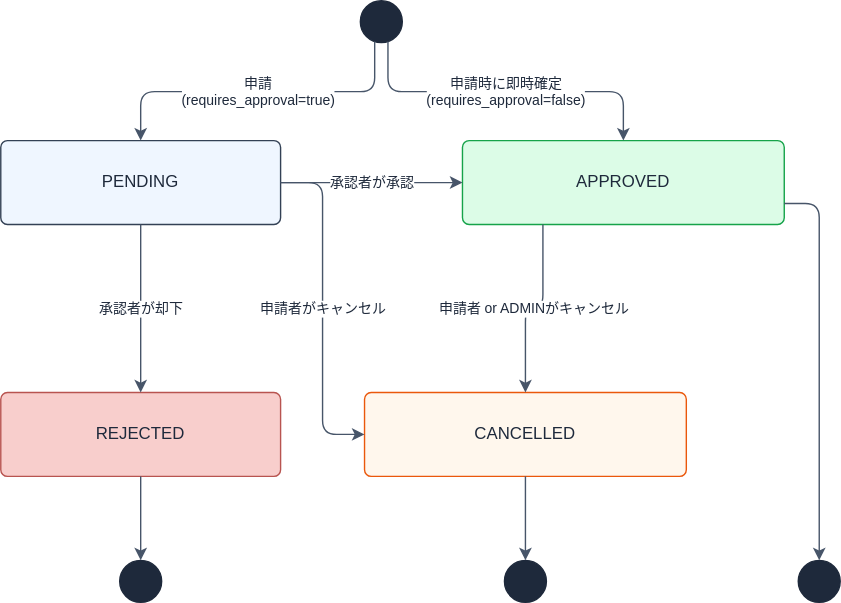
This is docs-next/static/diagrams/spec/requirements-reservation-status.drawio.svg from CHS-Training-Org/ai_training_for_chuo_system, a draw.io export, as it was before one commit. Source tidied: cells renumbered, new cells last; positions are measured from the earlier drawing's top-left corner, leaving out a move shared by most shapes.
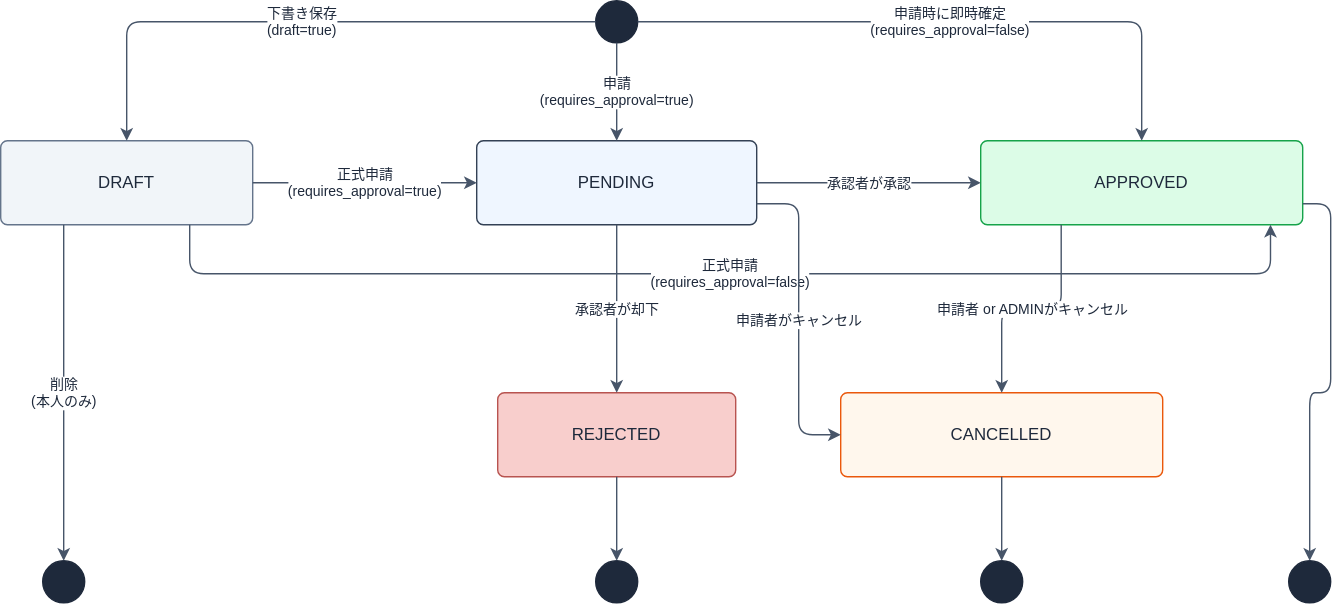
The same file after the commit.

The edit, as a diff of the source:
```diff
@@ -3,46 +3,69 @@
     <mxCell id="0" />
     <mxCell id="1" parent="0" />
     <mxCell id="2" style="ellipse;fillColor=#1E293B;strokeColor=#1E293B;" parent="1" vertex="1">
-      <mxGeometry x="257" width="30" height="30" as="geometry" />
+      <mxGeometry x="375" width="30" height="30" as="geometry" />
     </mxCell>
+    <mxCell id="19" value="DRAFT" style="rounded=1;whiteSpace=wrap;html=1;fillColor=#F1F5F9;strokeColor=#64748B;fontColor=#1E293B;arcSize=8;" parent="1" vertex="1">
+      <mxGeometry x="-50" y="100" width="180" height="60" as="geometry" />
+    </mxCell>
     <mxCell id="3" value="PENDING" style="rounded=1;whiteSpace=wrap;html=1;fillColor=#EFF6FF;strokeColor=#334155;fontColor=#1E293B;arcSize=8;" parent="1" vertex="1">
-      <mxGeometry y="100" width="200" height="60" as="geometry" />
+      <mxGeometry x="290" y="100" width="200" height="60" as="geometry" />
     </mxCell>
     <mxCell id="4" value="APPROVED" style="rounded=1;whiteSpace=wrap;html=1;fillColor=#DCFCE7;strokeColor=#16A34A;fontColor=#1E293B;arcSize=8;" parent="1" vertex="1">
-      <mxGeometry x="330" y="100" width="230" height="60" as="geometry" />
+      <mxGeometry x="650" y="100" width="230" height="60" as="geometry" />
     </mxCell>
     <mxCell id="5" value="REJECTED" style="rounded=1;whiteSpace=wrap;html=1;fillColor=#f8cecc;strokeColor=#b85450;fontColor=#1E293B;arcSize=8;" parent="1" vertex="1">
-      <mxGeometry y="280" width="200" height="60" as="geometry" />
+      <mxGeometry x="305" y="280" width="170" height="60" as="geometry" />
     </mxCell>
     <mxCell id="6" value="CANCELLED" style="rounded=1;whiteSpace=wrap;html=1;fillColor=#FFF7ED;strokeColor=#EA580C;fontColor=#1E293B;arcSize=8;" parent="1" vertex="1">
-      <mxGeometry x="260" y="280" width="230" height="60" as="geometry" />
+      <mxGeometry x="550" y="280" width="230" height="60" as="geometry" />
     </mxCell>
     <mxCell id="7" style="ellipse;fillColor=#1E293B;strokeColor=#1E293B;" parent="1" vertex="1">
-      <mxGeometry x="570" y="400" width="30" height="30" as="geometry" />
+      <mxGeometry x="870" y="400" width="30" height="30" as="geometry" />
     </mxCell>
     <mxCell id="8" style="ellipse;fillColor=#1E293B;strokeColor=#1E293B;" parent="1" vertex="1">
-      <mxGeometry x="85" y="400" width="30" height="30" as="geometry" />
+      <mxGeometry x="375" y="400" width="30" height="30" as="geometry" />
     </mxCell>
     <mxCell id="9" style="ellipse;fillColor=#1E293B;strokeColor=#1E293B;" parent="1" vertex="1">
-      <mxGeometry x="360" y="400" width="30" height="30" as="geometry" />
+      <mxGeometry x="650" y="400" width="30" height="30" as="geometry" />
     </mxCell>
+    <mxCell id="20" style="ellipse;fillColor=#1E293B;strokeColor=#1E293B;" parent="1" vertex="1">
+      <mxGeometry x="-20" y="400" width="30" height="30" as="geometry" />
+    </mxCell>
-    <mxCell id="10" value="申請&#10;(requires_approval=true)" style="edgeStyle=orthogonalEdgeStyle;rounded=1;jettySize=auto;html=1;strokeColor=#475569;fontColor=#1E293B;fontSize=10;exitX=0.3;exitY=1;exitDx=0;exitDy=0;entryX=0.5;entryY=0;entryDx=0;entryDy=0;" parent="1" edge="1" source="2" target="3">
+    <mxCell id="10" value="申請&#10;(requires_approval=true)" style="edgeStyle=orthogonalEdgeStyle;rounded=1;jettySize=auto;html=1;strokeColor=#475569;fontColor=#1E293B;fontSize=10;exitX=0.5;exitY=1;exitDx=0;exitDy=0;entryX=0.5;entryY=0;entryDx=0;entryDy=0;" parent="1" edge="1" source="2" target="3">
       <mxGeometry relative="1" as="geometry" />
     </mxCell>
-    <mxCell id="11" value="申請時に即時確定&#10;(requires_approval=false)" style="edgeStyle=orthogonalEdgeStyle;rounded=1;jettySize=auto;html=1;strokeColor=#475569;fontColor=#1E293B;fontSize=10;exitX=0.7;exitY=1;exitDx=0;exitDy=0;entryX=0.5;entryY=0;entryDx=0;entryDy=0;" parent="1" edge="1" source="2" target="4">
+    <mxCell id="11" value="申請時に即時確定&#10;(requires_approval=false)" style="edgeStyle=orthogonalEdgeStyle;rounded=1;jettySize=auto;html=1;strokeColor=#475569;fontColor=#1E293B;fontSize=10;exitX=1;exitY=0.5;exitDx=0;exitDy=0;entryX=0.5;entryY=0;entryDx=0;entryDy=0;" parent="1" edge="1" source="2" target="4">
       <mxGeometry relative="1" as="geometry" />
     </mxCell>
+    <mxCell id="21" value="下書き保存&#10;(draft=true)" style="edgeStyle=orthogonalEdgeStyle;rounded=1;jettySize=auto;html=1;strokeColor=#475569;fontColor=#1E293B;fontSize=10;exitX=0;exitY=0.5;exitDx=0;exitDy=0;entryX=0.5;entryY=0;entryDx=0;entryDy=0;" parent="1" edge="1" source="2" target="19">
+      <mxGeometry relative="1" as="geometry" />
+    </mxCell>
+    <mxCell id="22" value="正式申請&#10;(requires_approval=true)" style="edgeStyle=orthogonalEdgeStyle;rounded=1;jettySize=auto;html=1;strokeColor=#475569;fontColor=#1E293B;fontSize=10;exitX=1;exitY=0.5;exitDx=0;exitDy=0;entryX=0;entryY=0.5;entryDx=0;entryDy=0;" parent="1" edge="1" source="19" target="3">
+      <mxGeometry relative="1" as="geometry" />
+    </mxCell>
+    <mxCell id="23" value="正式申請&#10;(requires_approval=false)" style="edgeStyle=orthogonalEdgeStyle;rounded=1;jettySize=auto;html=1;strokeColor=#475569;fontColor=#1E293B;fontSize=10;labelBackgroundColor=#ffffff;exitX=0.75;exitY=1;exitDx=0;exitDy=0;entryX=0.9;entryY=1;entryDx=0;entryDy=0;" parent="1" edge="1" source="19" target="4">
+      <mxGeometry relative="1" as="geometry">
+        <Array as="points">
+          <mxPoint x="85" y="195" />
+          <mxPoint x="857" y="195" />
+        </Array>
+      </mxGeometry>
+    </mxCell>
+    <mxCell id="24" value="削除&#10;(本人のみ)" style="edgeStyle=orthogonalEdgeStyle;rounded=1;jettySize=auto;html=1;strokeColor=#475569;fontColor=#1E293B;fontSize=10;exitX=0.25;exitY=1;exitDx=0;exitDy=0;entryX=0.5;entryY=0;entryDx=0;entryDy=0;" parent="1" edge="1" source="19" target="20">
+      <mxGeometry relative="1" as="geometry" />
+    </mxCell>
     <mxCell id="12" value="承認者が承認" style="edgeStyle=orthogonalEdgeStyle;rounded=1;jettySize=auto;html=1;strokeColor=#475569;fontColor=#1E293B;fontSize=10;exitX=1;exitY=0.5;exitDx=0;exitDy=0;entryX=0;entryY=0.5;entryDx=0;entryDy=0;" parent="1" edge="1" source="3" target="4">
       <mxGeometry relative="1" as="geometry" />
     </mxCell>
     <mxCell id="13" value="承認者が却下" style="edgeStyle=orthogonalEdgeStyle;rounded=1;jettySize=auto;html=1;strokeColor=#475569;fontColor=#1E293B;fontSize=10;exitX=0.5;exitY=1;exitDx=0;exitDy=0;entryX=0.5;entryY=0;entryDx=0;entryDy=0;" parent="1" edge="1" source="3" target="5">
       <mxGeometry relative="1" as="geometry" />
     </mxCell>
-    <mxCell id="14" value="申請者がキャンセル" style="edgeStyle=orthogonalEdgeStyle;rounded=1;jettySize=auto;html=1;strokeColor=#475569;fontColor=#1E293B;fontSize=10;exitX=1;exitY=0.5;exitDx=0;exitDy=0;entryX=0;entryY=0.5;entryDx=0;entryDy=0;" parent="1" edge="1" source="3" target="6">
+    <mxCell id="14" value="申請者がキャンセル" style="edgeStyle=orthogonalEdgeStyle;rounded=1;jettySize=auto;html=1;strokeColor=#475569;fontColor=#1E293B;fontSize=10;exitX=1;exitY=0.75;exitDx=0;exitDy=0;entryX=0;entryY=0.5;entryDx=0;entryDy=0;" parent="1" edge="1" source="3" target="6">
       <mxGeometry relative="1" as="geometry">
         <Array as="points">
-          <mxPoint x="230" y="130" />
-          <mxPoint x="230" y="310" />
+          <mxPoint x="520" y="145" />
+          <mxPoint x="520" y="310" />
         </Array>
       </mxGeometry>
     </mxCell>
```
